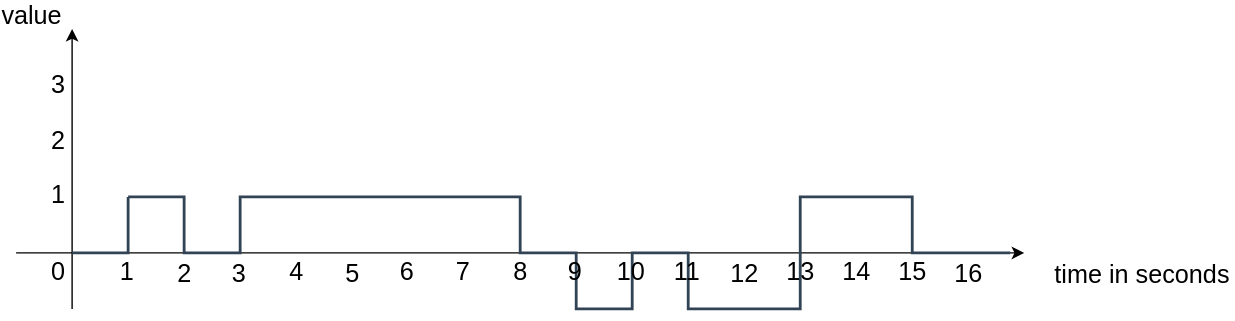
JirkaDellOro/FUDGE keeps this draw.io diagram as Documentation/Design/Control_Input.svg. Above is the earlier version. Source tidied: cells renumbered, new cells last; positions are measured from the earlier drawing's top-left corner, leaving out a move shared by most shapes. Its diagram source:
```xml
<mxGraphModel>
  <root>
    <mxCell id="0" />
    <mxCell id="1" parent="0" />
    <mxCell id="2" style="endArrow=classic;html=1;rounded=1;" parent="1" edge="1">
      <mxGeometry relative="1" as="geometry">
        <mxPoint x="40" y="210" as="sourcePoint" />
        <mxPoint x="40" y="10" as="targetPoint" />
      </mxGeometry>
    </mxCell>
    <mxCell id="3" style="endArrow=classic;html=1;rounded=1;jumpStyle=none;" parent="1" edge="1">
      <mxGeometry relative="1" as="geometry">
        <mxPoint y="170" as="sourcePoint" />
        <mxPoint x="720" y="170" as="targetPoint" />
      </mxGeometry>
    </mxCell>
    <mxCell id="4" value="2" style="text;html=1;align=center;verticalAlign=middle;fontSize=18;" parent="1" vertex="1">
      <mxGeometry x="15" y="75" width="30" height="30" as="geometry" />
    </mxCell>
    <mxCell id="5" value="0" style="text;html=1;align=center;verticalAlign=middle;fontSize=18;" parent="1" vertex="1">
      <mxGeometry x="15" y="169" width="30" height="30" as="geometry" />
    </mxCell>
    <mxCell id="6" value="3" style="text;html=1;align=center;verticalAlign=middle;fontSize=18;rotation=0;" parent="1" vertex="1">
      <mxGeometry x="15" y="35" width="30" height="30" as="geometry" />
    </mxCell>
    <mxCell id="7" value="1" style="text;html=1;align=center;verticalAlign=middle;fontSize=18;" parent="1" vertex="1">
      <mxGeometry x="15" y="114" width="30" height="30" as="geometry" />
    </mxCell>
    <mxCell id="8" value="1" style="text;html=1;align=center;verticalAlign=middle;fontSize=18;" parent="1" vertex="1">
      <mxGeometry x="64" y="169" width="30" height="30" as="geometry" />
    </mxCell>
    <mxCell id="9" value="2" style="text;html=1;align=center;verticalAlign=middle;fontSize=18;" parent="1" vertex="1">
      <mxGeometry x="105" y="170" width="30" height="30" as="geometry" />
    </mxCell>
    <mxCell id="10" value="3" style="text;html=1;align=center;verticalAlign=middle;fontSize=18;" parent="1" vertex="1">
      <mxGeometry x="144" y="170" width="30" height="30" as="geometry" />
    </mxCell>
    <mxCell id="11" value="4" style="text;html=1;align=center;verticalAlign=middle;fontSize=18;" parent="1" vertex="1">
      <mxGeometry x="185" y="169" width="30" height="30" as="geometry" />
    </mxCell>
    <mxCell id="12" value="5" style="text;html=1;align=center;verticalAlign=middle;fontSize=18;" parent="1" vertex="1">
      <mxGeometry x="225" y="170" width="30" height="30" as="geometry" />
    </mxCell>
    <mxCell id="13" style="endArrow=none;html=1;fontSize=18;fontColor=#FF0000;fillColor=#647687;strokeColor=#314354;rounded=0;endSize=6;shadow=0;strokeWidth=2;" parent="1" edge="1">
      <mxGeometry relative="1" as="geometry">
        <mxPoint x="80" y="130" as="sourcePoint" />
        <mxPoint x="710" y="170" as="targetPoint" />
        <Array as="points">
          <mxPoint x="80" y="130" />
          <mxPoint x="120" y="130" />
          <mxPoint x="120" y="170" />
          <mxPoint x="160" y="170" />
          <mxPoint x="160" y="130" />
          <mxPoint x="360" y="130" />
          <mxPoint x="360" y="170" />
          <mxPoint x="400" y="170" />
          <mxPoint x="400" y="210" />
          <mxPoint x="440" y="210" />
          <mxPoint x="440" y="170" />
          <mxPoint x="480" y="170" />
          <mxPoint x="480" y="210" />
          <mxPoint x="560" y="210" />
          <mxPoint x="560" y="170" />
          <mxPoint x="560" y="130" />
          <mxPoint x="640" y="130" />
          <mxPoint x="640" y="170" />
        </Array>
      </mxGeometry>
    </mxCell>
    <mxCell id="14" value="value" style="edgeLabel;html=1;align=center;verticalAlign=middle;fontSize=18;" parent="1" vertex="1">
      <mxGeometry x="10" as="geometry" />
    </mxCell>
    <mxCell id="15" value="&lt;span style=&quot;color: rgb(0 , 0 , 0) ; font-family: &amp;#34;helvetica&amp;#34; ; font-size: 18px ; font-style: normal ; font-weight: 400 ; letter-spacing: normal ; text-align: center ; text-indent: 0px ; text-transform: none ; word-spacing: 0px ; background-color: rgb(255 , 255 , 255) ; display: inline ; float: none&quot;&gt;time in seconds&lt;/span&gt;" style="text;whiteSpace=wrap;html=1;fontSize=18;fontColor=#FF0000;" parent="1" vertex="1">
      <mxGeometry x="740" y="169" width="130" height="40" as="geometry" />
    </mxCell>
    <mxCell id="16" value="6" style="text;html=1;align=center;verticalAlign=middle;fontSize=18;" parent="1" vertex="1">
      <mxGeometry x="264" y="169" width="30" height="30" as="geometry" />
    </mxCell>
    <mxCell id="17" value="7" style="text;html=1;align=center;verticalAlign=middle;fontSize=18;" parent="1" vertex="1">
      <mxGeometry x="304" y="169" width="30" height="30" as="geometry" />
    </mxCell>
    <mxCell id="18" value="8" style="text;html=1;align=center;verticalAlign=middle;fontSize=18;" parent="1" vertex="1">
      <mxGeometry x="345" y="169" width="30" height="30" as="geometry" />
    </mxCell>
    <mxCell id="19" value="9" style="text;html=1;align=center;verticalAlign=middle;fontSize=18;" parent="1" vertex="1">
      <mxGeometry x="384" y="169" width="30" height="30" as="geometry" />
    </mxCell>
    <mxCell id="20" value="10" style="text;html=1;align=center;verticalAlign=middle;fontSize=18;" parent="1" vertex="1">
      <mxGeometry x="419" y="169" width="40" height="30" as="geometry" />
    </mxCell>
    <mxCell id="21" value="11" style="text;html=1;align=center;verticalAlign=middle;fontSize=18;" parent="1" vertex="1">
      <mxGeometry x="464" y="169" width="30" height="30" as="geometry" />
    </mxCell>
    <mxCell id="22" style="endArrow=none;html=1;fontSize=18;fontColor=#FF0000;fillColor=#647687;strokeColor=#314354;rounded=0;endSize=6;shadow=0;strokeWidth=2;" parent="1" edge="1">
      <mxGeometry relative="1" as="geometry">
        <mxPoint x="40" y="170" as="sourcePoint" />
        <mxPoint x="80" y="130" as="targetPoint" />
        <Array as="points">
          <mxPoint x="80" y="170" />
        </Array>
      </mxGeometry>
    </mxCell>
    <mxCell id="23" value="12" style="text;html=1;align=center;verticalAlign=middle;fontSize=18;" parent="1" vertex="1">
      <mxGeometry x="500" y="170" width="40" height="30" as="geometry" />
    </mxCell>
    <mxCell id="24" value="13" style="text;html=1;align=center;verticalAlign=middle;fontSize=18;" parent="1" vertex="1">
      <mxGeometry x="540" y="169" width="40" height="30" as="geometry" />
    </mxCell>
    <mxCell id="25" value="14" style="text;html=1;align=center;verticalAlign=middle;fontSize=18;" parent="1" vertex="1">
      <mxGeometry x="580" y="169" width="40" height="30" as="geometry" />
    </mxCell>
    <mxCell id="26" value="15" style="text;html=1;align=center;verticalAlign=middle;fontSize=18;" parent="1" vertex="1">
      <mxGeometry x="620" y="169" width="40" height="30" as="geometry" />
    </mxCell>
    <mxCell id="27" value="16" style="text;html=1;align=center;verticalAlign=middle;fontSize=18;" parent="1" vertex="1">
      <mxGeometry x="660" y="170" width="40" height="30" as="geometry" />
    </mxCell>
    <mxCell id="28" value="&lt;br&gt;" style="text;html=1;align=center;verticalAlign=middle;fontSize=18;fontColor=#000000;" parent="1" vertex="1">
      <mxGeometry x="260" y="75" width="20" height="30" as="geometry" />
    </mxCell>
  </root>
</mxGraphModel>
```
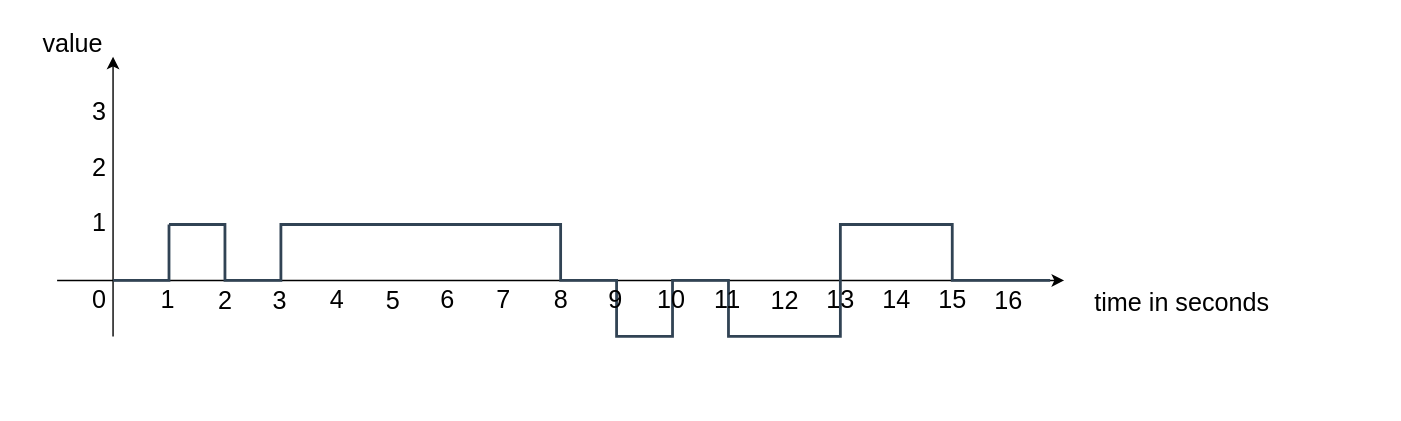
After the commit.

Change to the diagram source:
```diff
@@ -1,7 +1,10 @@
-<mxGraphModel>
+<mxGraphModel background="#FFFFFF">
   <root>
     <mxCell id="0" />
     <mxCell id="1" parent="0" />
+    <mxCell id="29" style="rounded=0;whiteSpace=wrap;html=1;strokeColor=none;" parent="1" vertex="1">
+      <mxGeometry x="-40" y="-30" width="1000" height="300" as="geometry" />
+    </mxCell>
     <mxCell id="2" style="endArrow=classic;html=1;rounded=1;" parent="1" edge="1">
       <mxGeometry relative="1" as="geometry">
         <mxPoint x="40" y="210" as="sourcePoint" />
```
